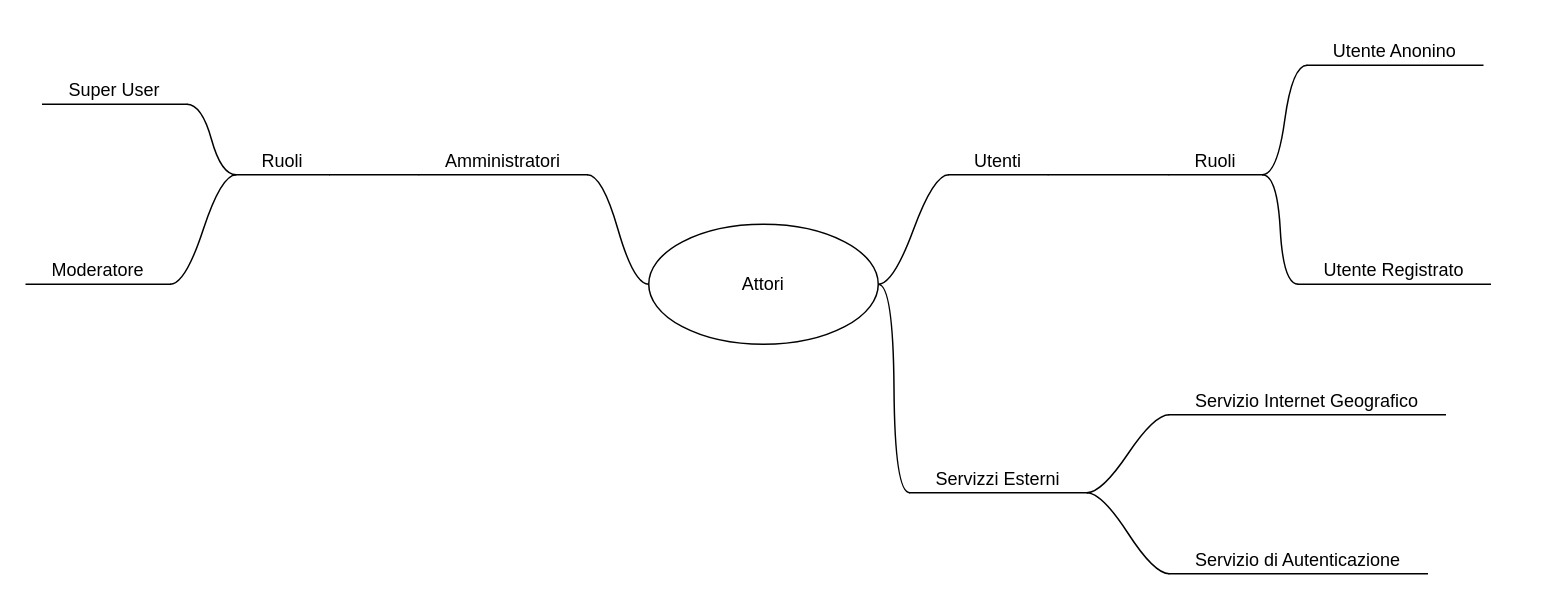
Earlier version of the draw.io diagram Diagramma Utenti.drawio (MrLakige/TrentinoFind). Source tidied: cells renumbered, new cells numbered last; positions are measured from the earlier drawing's top-left corner, leaving out a move shared by most shapes. Both pictures are drawn from the tidied source at 150%, with x=0, y=0 at pixel (26, 26).
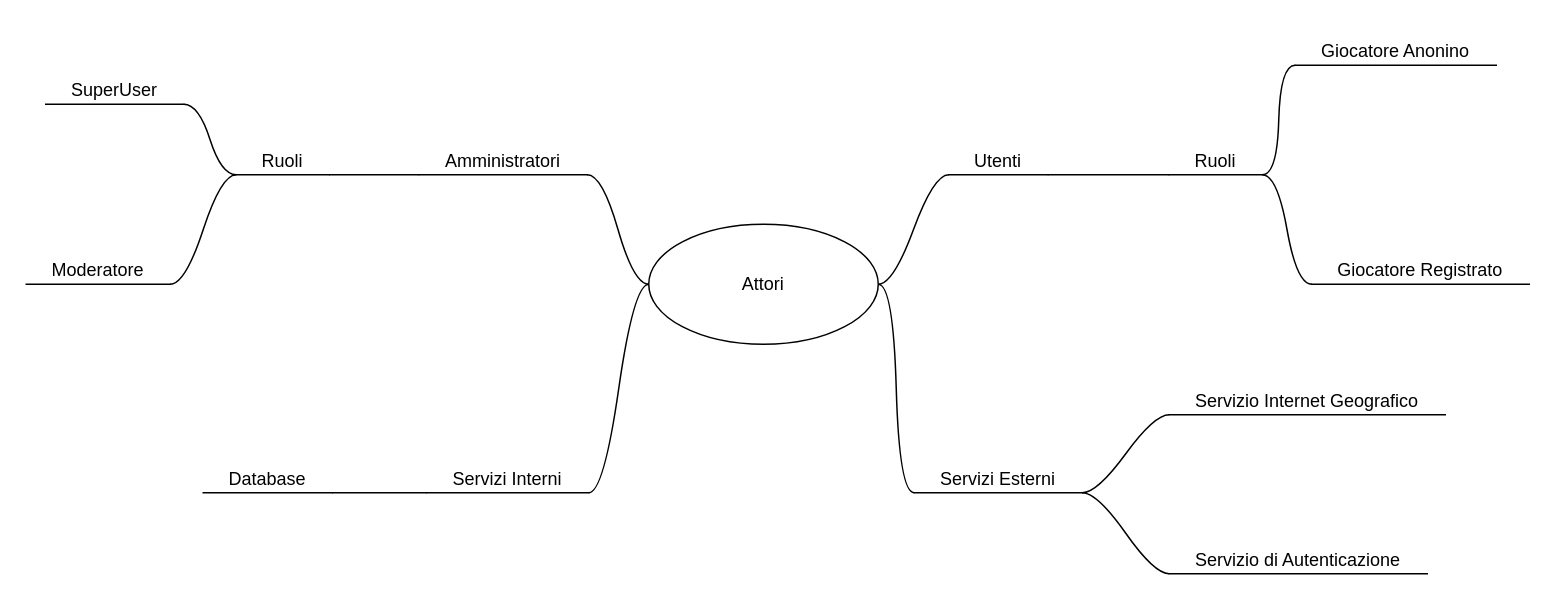
Above is the later version.

Commit message:
Edit actors mind map

Aggiunta di servizi interni e rinominazione utenti in giocatori
Autore: Ludovico. Luca, Michele
Tempo Impiegato: 30 minuti

Unchanged cells that the change refers to:
```xml
<mxCell id="2" value="Attori" style="ellipse;whiteSpace=wrap;html=1;" parent="1" vertex="1">
  <mxGeometry x="415" y="132" width="153" height="80" as="geometry" />
</mxCell>
```

Change to the diagram source:
```diff
@@
-    <mxCell id="8" value="Utente Anonino" style="whiteSpace=wrap;html=1;shape=partialRectangle;top=0;left=0;bottom=1;right=0;points=[[0,1],[1,1]];fillColor=none;align=center;verticalAlign=bottom;routingCenterY=0.5;snapToPoint=1;newEdgeStyle={&quot;edgeStyle&quot;:&quot;entityRelationEdgeStyle&quot;,&quot;startArrow&quot;:&quot;none&quot;,&quot;endArrow&quot;:&quot;none&quot;,&quot;segment&quot;:10,&quot;curved&quot;:1,&quot;sourcePerimeterSpacing&quot;:0,&quot;targetPerimeterSpacing&quot;:0};" parent="1" vertex="1">
-      <mxGeometry x="854" width="117" height="26" as="geometry" />
+    <mxCell id="8" value="Giocatore Anonino" style="whiteSpace=wrap;html=1;shape=partialRectangle;top=0;left=0;bottom=1;right=0;points=[[0,1],[1,1]];fillColor=none;align=center;verticalAlign=bottom;routingCenterY=0.5;snapToPoint=1;newEdgeStyle={&quot;edgeStyle&quot;:&quot;entityRelationEdgeStyle&quot;,&quot;startArrow&quot;:&quot;none&quot;,&quot;endArrow&quot;:&quot;none&quot;,&quot;segment&quot;:10,&quot;curved&quot;:1,&quot;sourcePerimeterSpacing&quot;:0,&quot;targetPerimeterSpacing&quot;:0};" parent="1" vertex="1">
+      <mxGeometry x="846" width="134" height="26" as="geometry" />
     </mxCell>
@@
-    <mxCell id="10" value="Utente Registrato" style="whiteSpace=wrap;html=1;shape=partialRectangle;top=0;left=0;bottom=1;right=0;points=[[0,1],[1,1]];fillColor=none;align=center;verticalAlign=bottom;routingCenterY=0.5;snapToPoint=1;newEdgeStyle={&quot;edgeStyle&quot;:&quot;entityRelationEdgeStyle&quot;,&quot;startArrow&quot;:&quot;none&quot;,&quot;endArrow&quot;:&quot;none&quot;,&quot;segment&quot;:10,&quot;curved&quot;:1,&quot;sourcePerimeterSpacing&quot;:0,&quot;targetPerimeterSpacing&quot;:0};" parent="1" vertex="1">
-      <mxGeometry x="848" y="146" width="128" height="26" as="geometry" />
+    <mxCell id="10" value="Giocatore Registrato" style="whiteSpace=wrap;html=1;shape=partialRectangle;top=0;left=0;bottom=1;right=0;points=[[0,1],[1,1]];fillColor=none;align=center;verticalAlign=bottom;routingCenterY=0.5;snapToPoint=1;newEdgeStyle={&quot;edgeStyle&quot;:&quot;entityRelationEdgeStyle&quot;,&quot;startArrow&quot;:&quot;none&quot;,&quot;endArrow&quot;:&quot;none&quot;,&quot;segment&quot;:10,&quot;curved&quot;:1,&quot;sourcePerimeterSpacing&quot;:0,&quot;targetPerimeterSpacing&quot;:0};" parent="1" vertex="1">
+      <mxGeometry x="857" y="146" width="145" height="26" as="geometry" />
     </mxCell>
@@
-    <mxCell id="15" value="Super User" style="whiteSpace=wrap;html=1;shape=partialRectangle;top=0;left=0;bottom=1;right=0;points=[[0,1],[1,1]];fillColor=none;align=center;verticalAlign=bottom;routingCenterY=0.5;snapToPoint=1;newEdgeStyle={&quot;edgeStyle&quot;:&quot;entityRelationEdgeStyle&quot;,&quot;startArrow&quot;:&quot;none&quot;,&quot;endArrow&quot;:&quot;none&quot;,&quot;segment&quot;:10,&quot;curved&quot;:1,&quot;sourcePerimeterSpacing&quot;:0,&quot;targetPerimeterSpacing&quot;:0};" parent="1" vertex="1">
-      <mxGeometry x="11" y="26" width="96" height="26" as="geometry" />
+    <mxCell id="15" value="SuperUser" style="whiteSpace=wrap;html=1;shape=partialRectangle;top=0;left=0;bottom=1;right=0;points=[[0,1],[1,1]];fillColor=none;align=center;verticalAlign=bottom;routingCenterY=0.5;snapToPoint=1;newEdgeStyle={&quot;edgeStyle&quot;:&quot;entityRelationEdgeStyle&quot;,&quot;startArrow&quot;:&quot;none&quot;,&quot;endArrow&quot;:&quot;none&quot;,&quot;segment&quot;:10,&quot;curved&quot;:1,&quot;sourcePerimeterSpacing&quot;:0,&quot;targetPerimeterSpacing&quot;:0};" parent="1" vertex="1">
+      <mxGeometry x="13" y="26" width="92" height="26" as="geometry" />
     </mxCell>
@@
-    <mxCell id="19" value="Servizzi Esterni" style="whiteSpace=wrap;html=1;shape=partialRectangle;top=0;left=0;bottom=1;right=0;points=[[0,1],[1,1]];fillColor=none;align=center;verticalAlign=bottom;routingCenterY=0.5;snapToPoint=1;newEdgeStyle={&quot;edgeStyle&quot;:&quot;entityRelationEdgeStyle&quot;,&quot;startArrow&quot;:&quot;none&quot;,&quot;endArrow&quot;:&quot;none&quot;,&quot;segment&quot;:10,&quot;curved&quot;:1,&quot;sourcePerimeterSpacing&quot;:0,&quot;targetPerimeterSpacing&quot;:0};" parent="1" vertex="1">
-      <mxGeometry x="589" y="285" width="118" height="26" as="geometry" />
+    <mxCell id="19" value="Servizi Esterni" style="whiteSpace=wrap;html=1;shape=partialRectangle;top=0;left=0;bottom=1;right=0;points=[[0,1],[1,1]];fillColor=none;align=center;verticalAlign=bottom;routingCenterY=0.5;snapToPoint=1;newEdgeStyle={&quot;edgeStyle&quot;:&quot;entityRelationEdgeStyle&quot;,&quot;startArrow&quot;:&quot;none&quot;,&quot;endArrow&quot;:&quot;none&quot;,&quot;segment&quot;:10,&quot;curved&quot;:1,&quot;sourcePerimeterSpacing&quot;:0,&quot;targetPerimeterSpacing&quot;:0};" parent="1" vertex="1">
+      <mxGeometry x="592" y="285" width="112" height="26" as="geometry" />
     </mxCell>
@@
+    <mxCell id="25" style="edgeStyle=entityRelationEdgeStyle;startArrow=none;endArrow=none;segment=10;curved=1;sourcePerimeterSpacing=0;targetPerimeterSpacing=0;rounded=0;exitX=0;exitY=0.5;exitDx=0;exitDy=0;entryX=1;entryY=1;entryDx=0;entryDy=0;" parent="1" edge="1" source="2" target="27">
+      <mxGeometry relative="1" as="geometry" />
+    </mxCell>
+    <mxCell id="26" style="edgeStyle=entityRelationEdgeStyle;rounded=0;jettySize=auto;html=1;startArrow=none;endArrow=none;segment=10;curved=1;sourcePerimeterSpacing=0;targetPerimeterSpacing=0;exitX=0;exitY=1;exitDx=0;exitDy=0;entryX=1;entryY=1;entryDx=0;entryDy=0;" parent="1" edge="1" source="27" target="28">
+      <mxGeometry relative="1" as="geometry" />
+    </mxCell>
+    <mxCell id="27" value="Servizi Interni" style="whiteSpace=wrap;html=1;shape=partialRectangle;top=0;left=0;bottom=1;right=0;points=[[0,1],[1,1]];fillColor=none;align=center;verticalAlign=bottom;routingCenterY=0.5;snapToPoint=1;newEdgeStyle={&quot;edgeStyle&quot;:&quot;entityRelationEdgeStyle&quot;,&quot;startArrow&quot;:&quot;none&quot;,&quot;endArrow&quot;:&quot;none&quot;,&quot;segment&quot;:10,&quot;curved&quot;:1,&quot;sourcePerimeterSpacing&quot;:0,&quot;targetPerimeterSpacing&quot;:0};" parent="1" vertex="1">
+      <mxGeometry x="267" y="285" width="108" height="26" as="geometry" />
+    </mxCell>
+    <mxCell id="28" value="Database" style="whiteSpace=wrap;html=1;shape=partialRectangle;top=0;left=0;bottom=1;right=0;points=[[0,1],[1,1]];fillColor=none;align=center;verticalAlign=bottom;routingCenterY=0.5;snapToPoint=1;newEdgeStyle={&quot;edgeStyle&quot;:&quot;entityRelationEdgeStyle&quot;,&quot;startArrow&quot;:&quot;none&quot;,&quot;endArrow&quot;:&quot;none&quot;,&quot;segment&quot;:10,&quot;curved&quot;:1,&quot;sourcePerimeterSpacing&quot;:0,&quot;targetPerimeterSpacing&quot;:0};" parent="1" vertex="1">
+      <mxGeometry x="118" y="285" width="86" height="26" as="geometry" />
+    </mxCell>
```
